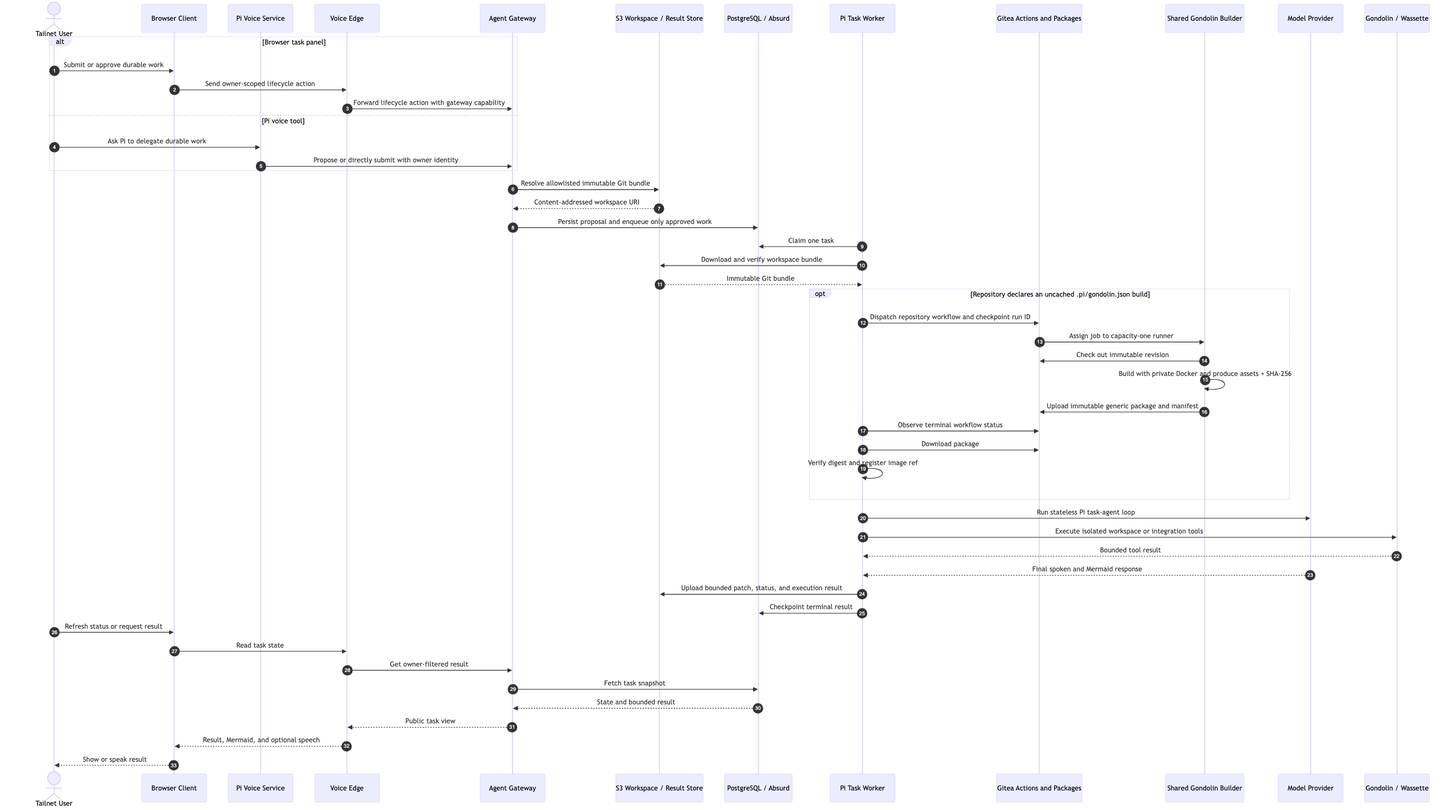
ragavsathish/agent-workload-platform keeps this Mermaid diagram as products/voice-agent/docs/architecture/d2-delegated-task.png. Above is the earlier version. Its source is kept beside it as products/voice-agent/docs/architecture/d2-delegated-task.mmd.
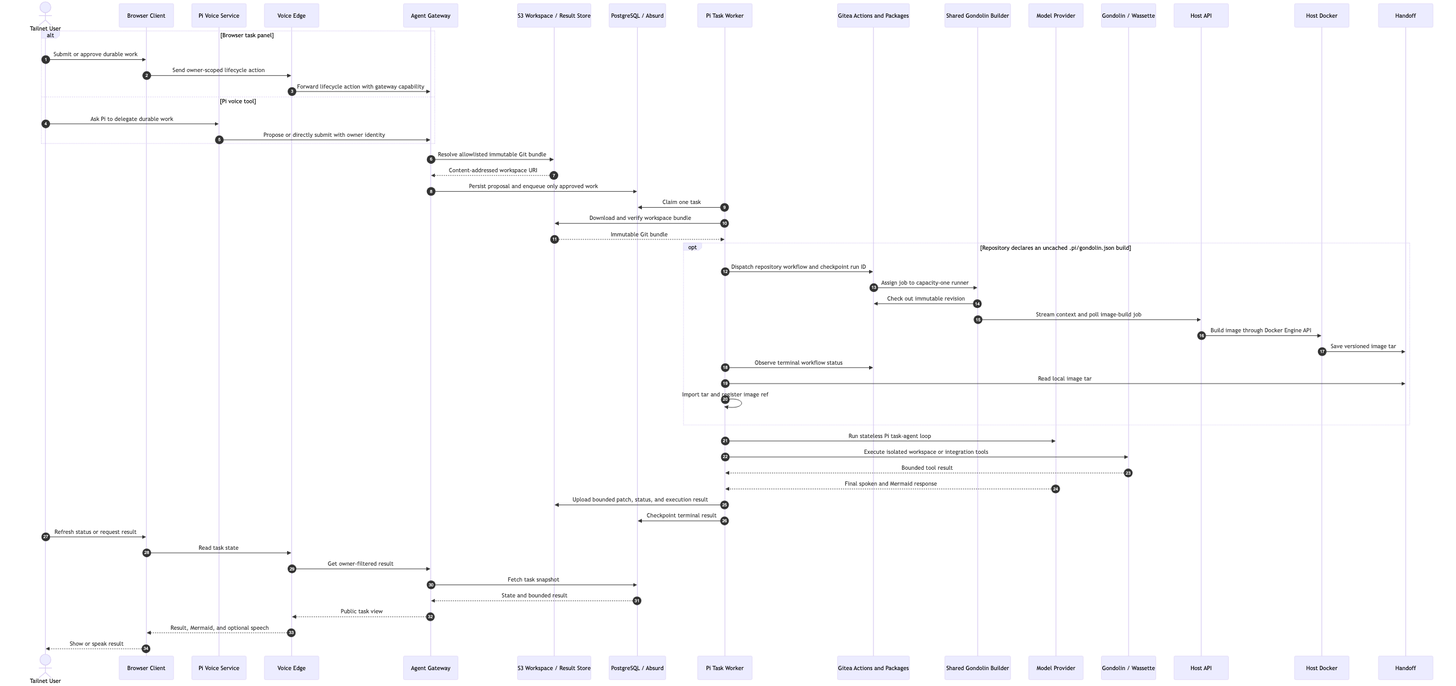
After the commit.

The edit, as a diff of the source:
```diff
@@ -31,11 +31,12 @@
         Worker->>Gitea: Dispatch repository workflow and checkpoint run ID
         Gitea->>Builder: Assign job to capacity-one runner
         Builder->>Gitea: Check out immutable revision
-        Builder->>Builder: Build with private Docker and produce assets + SHA-256
-        Builder->>Gitea: Upload immutable generic package and manifest
+        Builder->>Host API: Stream context and poll image-build job
+        Host API->>Host Docker: Build image through Docker Engine API
+        Host Docker->>Handoff: Save versioned image tar
         Worker->>Gitea: Observe terminal workflow status
-        Worker->>Gitea: Download package
-        Worker->>Worker: Verify digest and register image ref
+        Worker->>Handoff: Read local image tar
+        Worker->>Worker: Import tar and register image ref
     end
     Worker->>Model: Run stateless Pi task-agent loop
     Worker->>Tools: Execute isolated workspace or integration tools
```
